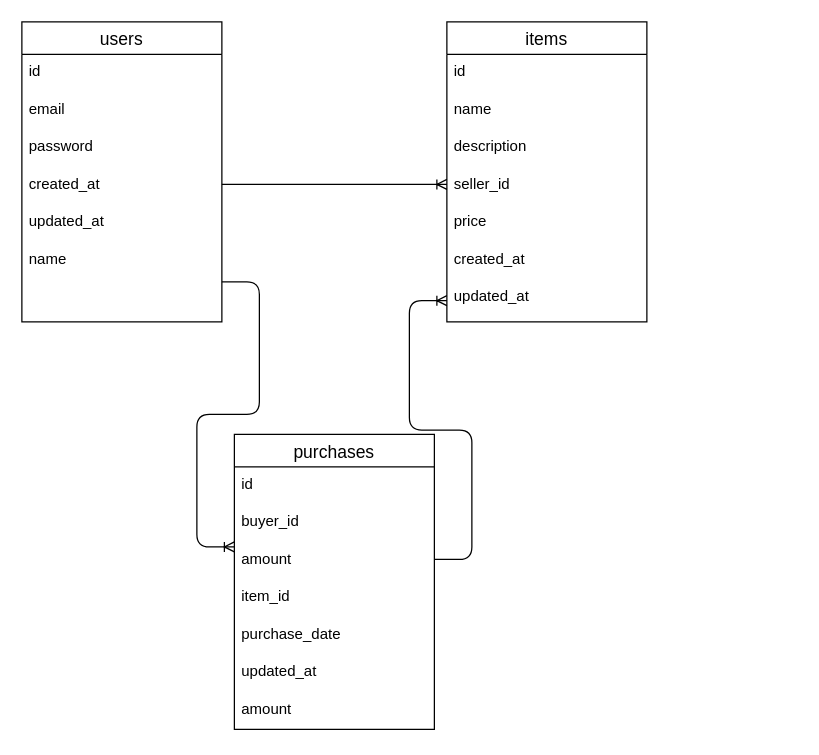
Earlier version of the draw.io diagram furima.dio (reon0921/furima-39505). Source tidied: cells renumbered, new cells numbered last; positions are measured from the earlier drawing's top-left corner, leaving out a move shared by most shapes. Both pictures are drawn from the tidied source at 125%, with x=0, y=0 at pixel (21, 21).
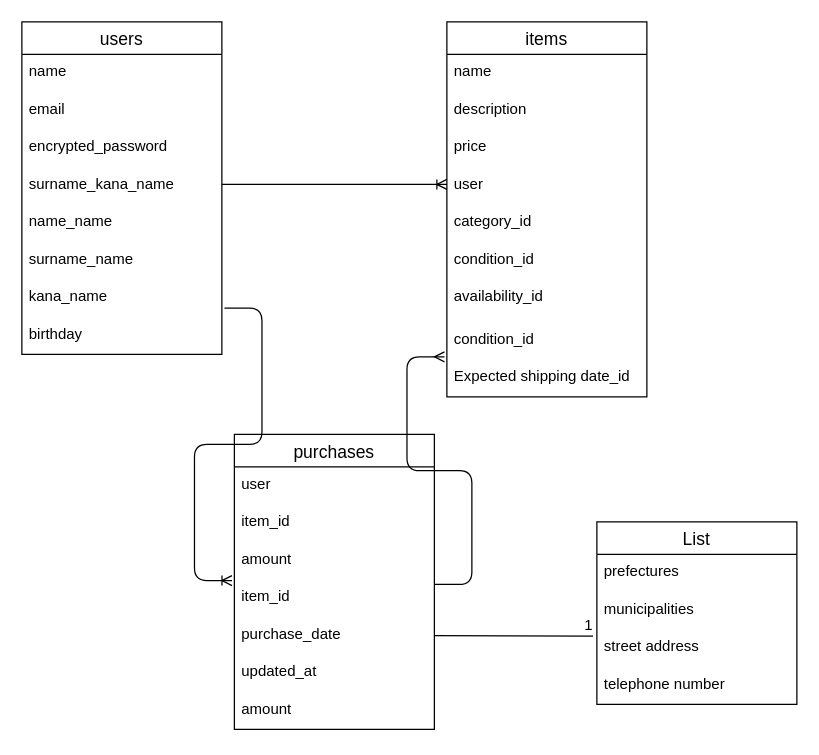
After the change.

Unchanged cells that the change refers to:
```xml
<mxCell id="18" value="purchases" style="swimlane;fontStyle=0;horizontal=1;startSize=26;align=center;fontSize=14;fontFamily=Helvetica;" parent="1" vertex="1">
  <mxGeometry x="170" y="330" width="160" height="236" as="geometry" />
</mxCell>
<mxCell id="22" value="item_id " style="text;strokeColor=none;fillColor=none;spacingLeft=4;spacingRight=4;overflow=hidden;points=[[0,0.5],[1,0.5]];portConstraint=eastwest;fontSize=12;fontFamily=Helvetica;" parent="18" vertex="1">
  <mxGeometry y="116" width="160" height="30" as="geometry" />
</mxCell>
<mxCell id="23" value="purchase_date" style="text;strokeColor=none;fillColor=none;spacingLeft=4;spacingRight=4;overflow=hidden;points=[[0,0.5],[1,0.5]];portConstraint=eastwest;fontSize=12;fontFamily=Helvetica;" parent="18" vertex="1">
  <mxGeometry y="146" width="160" height="30" as="geometry" />
</mxCell>
```

Diff of the diagram source:
```diff
@@
     <mxCell id="2" value="users" style="swimlane;fontStyle=0;horizontal=1;startSize=26;align=center;fontSize=14;fontFamily=Helvetica;" parent="1" vertex="1">
-      <mxGeometry width="160" height="240" as="geometry" />
+      <mxGeometry width="160" height="266" as="geometry" />
     </mxCell>
-    <mxCell id="3" value="id" style="text;strokeColor=none;fillColor=none;spacingLeft=4;spacingRight=4;overflow=hidden;fontSize=12;fontFamily=Helvetica;" parent="2" vertex="1">
+    <mxCell id="3" value="name" style="text;strokeColor=none;fillColor=none;spacingLeft=4;spacingRight=4;overflow=hidden;fontSize=12;fontFamily=Helvetica;" parent="2" vertex="1">
       <mxGeometry y="26" width="160" height="30" as="geometry" />
     </mxCell>
@@
-    <mxCell id="5" value="password" style="text;strokeColor=none;fillColor=none;spacingLeft=4;spacingRight=4;overflow=hidden;fontSize=12;fontFamily=Helvetica;" parent="2" vertex="1">
+    <mxCell id="5" value="encrypted_password" style="text;strokeColor=none;fillColor=none;spacingLeft=4;spacingRight=4;overflow=hidden;fontSize=12;fontFamily=Helvetica;" parent="2" vertex="1">
       <mxGeometry y="86" width="160" height="30" as="geometry" />
     </mxCell>
+    <mxCell id="29" value="surname_kana_name" style="text;strokeColor=none;fillColor=none;spacingLeft=4;spacingRight=4;overflow=hidden;fontSize=12;fontFamily=Helvetica;" parent="2" vertex="1">
+      <mxGeometry y="116" width="160" height="30" as="geometry" />
+    </mxCell>
+    <mxCell id="7" value="name_name" style="text;strokeColor=none;fillColor=none;spacingLeft=4;spacingRight=4;overflow=hidden;fontSize=12;fontFamily=Helvetica;" parent="2" vertex="1">
+      <mxGeometry y="146" width="160" height="30" as="geometry" />
+    </mxCell>
-    <mxCell id="6" value="created_at" style="text;strokeColor=none;fillColor=none;spacingLeft=4;spacingRight=4;overflow=hidden;fontSize=12;fontFamily=Helvetica;" parent="2" vertex="1">
-      <mxGeometry y="116" width="160" height="30" as="geometry" />
+    <mxCell id="6" value="surname_name" style="text;strokeColor=none;fillColor=none;spacingLeft=4;spacingRight=4;overflow=hidden;fontSize=12;fontFamily=Helvetica;" parent="2" vertex="1">
+      <mxGeometry y="176" width="160" height="30" as="geometry" />
     </mxCell>
-    <mxCell id="7" value="updated_at" style="text;strokeColor=none;fillColor=none;spacingLeft=4;spacingRight=4;overflow=hidden;fontSize=12;fontFamily=Helvetica;" parent="2" vertex="1">
-      <mxGeometry y="146" width="160" height="30" as="geometry" />
-    </mxCell>
-    <mxCell id="8" value="name&#10;" style="text;strokeColor=none;fillColor=none;spacingLeft=4;spacingRight=4;overflow=hidden;points=[[0,0.5],[1,0.5]];portConstraint=eastwest;fontSize=12;fontFamily=Helvetica;" parent="2" vertex="1">
-      <mxGeometry y="176" width="160" height="64" as="geometry" />
-    </mxCell>
+    <mxCell id="30" value="kana_name" style="text;strokeColor=none;fillColor=none;spacingLeft=4;spacingRight=4;overflow=hidden;points=[[0,0.5],[1,0.5]];portConstraint=eastwest;fontSize=12;fontFamily=Helvetica;" parent="2" vertex="1">
+      <mxGeometry y="206" width="160" height="30" as="geometry" />
+    </mxCell>
+    <mxCell id="31" value="birthday" style="text;strokeColor=none;fillColor=none;spacingLeft=4;spacingRight=4;overflow=hidden;fontSize=12;fontFamily=Helvetica;" parent="2" vertex="1">
+      <mxGeometry y="236" width="160" height="30" as="geometry" />
+    </mxCell>
     <mxCell id="9" value="items" style="swimlane;fontStyle=0;horizontal=1;startSize=26;align=center;fontSize=14;fontFamily=Helvetica;" parent="1" vertex="1">
-      <mxGeometry x="340" width="160" height="240" as="geometry" />
+      <mxGeometry x="340" width="160" height="300" as="geometry" />
     </mxCell>
-    <mxCell id="10" value="id" style="text;strokeColor=none;fillColor=none;spacingLeft=4;spacingRight=4;overflow=hidden;fontSize=12;fontFamily=Helvetica;" parent="9" vertex="1">
+    <mxCell id="10" value="name" style="text;strokeColor=none;fillColor=none;spacingLeft=4;spacingRight=4;overflow=hidden;fontSize=12;fontFamily=Helvetica;" parent="9" vertex="1">
       <mxGeometry y="26" width="160" height="30" as="geometry" />
     </mxCell>
-    <mxCell id="11" value="name" style="text;strokeColor=none;fillColor=none;spacingLeft=4;spacingRight=4;overflow=hidden;fontSize=12;fontFamily=Helvetica;" parent="9" vertex="1">
+    <mxCell id="11" value="description" style="text;strokeColor=none;fillColor=none;spacingLeft=4;spacingRight=4;overflow=hidden;fontSize=12;fontFamily=Helvetica;" parent="9" vertex="1">
       <mxGeometry y="56" width="160" height="30" as="geometry" />
     </mxCell>
-    <mxCell id="12" value="description" style="text;strokeColor=none;fillColor=none;spacingLeft=4;spacingRight=4;overflow=hidden;fontSize=12;fontFamily=Helvetica;" parent="9" vertex="1">
+    <mxCell id="12" value="price" style="text;strokeColor=none;fillColor=none;spacingLeft=4;spacingRight=4;overflow=hidden;fontSize=12;fontFamily=Helvetica;" parent="9" vertex="1">
       <mxGeometry y="86" width="160" height="30" as="geometry" />
     </mxCell>
-    <mxCell id="13" value="seller_id" style="text;strokeColor=none;fillColor=none;spacingLeft=4;spacingRight=4;overflow=hidden;fontSize=12;fontFamily=Helvetica;" parent="9" vertex="1">
+    <mxCell id="13" value="user" style="text;strokeColor=none;fillColor=none;spacingLeft=4;spacingRight=4;overflow=hidden;fontSize=12;fontFamily=Helvetica;" parent="9" vertex="1">
       <mxGeometry y="116" width="160" height="30" as="geometry" />
     </mxCell>
-    <mxCell id="14" value="price " style="text;strokeColor=none;fillColor=none;spacingLeft=4;spacingRight=4;overflow=hidden;fontSize=12;fontFamily=Helvetica;" parent="9" vertex="1">
+    <mxCell id="14" value="category_id" style="text;strokeColor=none;fillColor=none;spacingLeft=4;spacingRight=4;overflow=hidden;fontSize=12;fontFamily=Helvetica;" parent="9" vertex="1">
       <mxGeometry y="146" width="160" height="30" as="geometry" />
     </mxCell>
-    <mxCell id="15" value="created_at" style="text;strokeColor=none;fillColor=none;spacingLeft=4;spacingRight=4;overflow=hidden;fontSize=12;fontFamily=Helvetica;" parent="9" vertex="1">
+    <mxCell id="15" value="condition_id" style="text;strokeColor=none;fillColor=none;spacingLeft=4;spacingRight=4;overflow=hidden;fontSize=12;fontFamily=Helvetica;" parent="9" vertex="1">
       <mxGeometry y="176" width="160" height="30" as="geometry" />
     </mxCell>
-    <mxCell id="16" value="updated_at" style="text;strokeColor=none;fillColor=none;spacingLeft=4;spacingRight=4;overflow=hidden;points=[[0,0.5],[1,0.5]];portConstraint=eastwest;fontSize=12;fontFamily=Helvetica;" parent="9" vertex="1">
+    <mxCell id="16" value="availability_id" style="text;strokeColor=none;fillColor=none;spacingLeft=4;spacingRight=4;overflow=hidden;points=[[0,0.5],[1,0.5]];portConstraint=eastwest;fontSize=12;fontFamily=Helvetica;" parent="9" vertex="1">
       <mxGeometry y="206" width="160" height="34" as="geometry" />
     </mxCell>
+    <mxCell id="32" value="condition_id" style="text;strokeColor=none;fillColor=none;spacingLeft=4;spacingRight=4;overflow=hidden;fontSize=12;fontFamily=Helvetica;" parent="9" vertex="1">
+      <mxGeometry y="240" width="160" height="30" as="geometry" />
+    </mxCell>
+    <mxCell id="33" value="Expected shipping date_id" style="text;strokeColor=none;fillColor=none;spacingLeft=4;spacingRight=4;overflow=hidden;points=[[0,0.5],[1,0.5]];portConstraint=eastwest;fontSize=12;fontFamily=Helvetica;" parent="9" vertex="1">
+      <mxGeometry y="270" width="160" height="30" as="geometry" />
+    </mxCell>
     <mxCell id="17" style="line;strokeWidth=1;dashed=0;labelPosition=right;align=left;verticalAlign=middle;spacingTop=0;spacingLeft=6;fontFamily=Helvetica;" parent="9" vertex="1">
-      <mxGeometry y="240" width="160" as="geometry" />
+      <mxGeometry y="300" width="160" as="geometry" />
     </mxCell>
@@
-    <mxCell id="19" value="id" style="text;strokeColor=none;fillColor=none;spacingLeft=4;spacingRight=4;overflow=hidden;fontSize=12;fontFamily=Helvetica;" parent="18" vertex="1">
+    <mxCell id="19" value="user" style="text;strokeColor=none;fillColor=none;spacingLeft=4;spacingRight=4;overflow=hidden;fontSize=12;fontFamily=Helvetica;" parent="18" vertex="1">
       <mxGeometry y="26" width="160" height="30" as="geometry" />
     </mxCell>
-    <mxCell id="20" value="buyer_id" style="text;strokeColor=none;fillColor=none;spacingLeft=4;spacingRight=4;overflow=hidden;fontSize=12;fontFamily=Helvetica;" parent="18" vertex="1">
+    <mxCell id="20" value="item_id" style="text;strokeColor=none;fillColor=none;spacingLeft=4;spacingRight=4;overflow=hidden;fontSize=12;fontFamily=Helvetica;" parent="18" vertex="1">
       <mxGeometry y="56" width="160" height="30" as="geometry" />
     </mxCell>
@@
-    <mxCell id="27" style="edgeStyle=entityRelationEdgeStyle;fontSize=12;html=1;endArrow=ERoneToMany;fontFamily=Helvetica;" parent="1" edge="1" source="8">
-      <mxGeometry relative="1" as="geometry">
-        <mxPoint x="170" y="420" as="targetPoint" />
-      </mxGeometry>
-    </mxCell>
-    <mxCell id="28" style="edgeStyle=entityRelationEdgeStyle;fontSize=12;html=1;endArrow=ERoneToMany;fontFamily=Helvetica;" parent="1" edge="1" target="16">
-      <mxGeometry relative="1" as="geometry">
-        <mxPoint x="330" y="430" as="sourcePoint" />
-      </mxGeometry>
-    </mxCell>
+    <mxCell id="34" value="List" style="swimlane;fontStyle=0;horizontal=1;startSize=26;align=center;fontSize=14;fontFamily=Helvetica;" parent="1" vertex="1">
+      <mxGeometry x="460" y="400" width="160" height="146" as="geometry" />
+    </mxCell>
+    <mxCell id="35" value="prefectures" style="text;strokeColor=none;fillColor=none;spacingLeft=4;spacingRight=4;overflow=hidden;fontSize=12;fontFamily=Helvetica;" parent="34" vertex="1">
+      <mxGeometry y="26" width="160" height="30" as="geometry" />
+    </mxCell>
+    <mxCell id="36" value="municipalities" style="text;strokeColor=none;fillColor=none;spacingLeft=4;spacingRight=4;overflow=hidden;fontSize=12;fontFamily=Helvetica;" parent="34" vertex="1">
+      <mxGeometry y="56" width="160" height="30" as="geometry" />
+    </mxCell>
+    <mxCell id="37" value="street address" style="text;strokeColor=none;fillColor=none;spacingLeft=4;spacingRight=4;overflow=hidden;points=[[0,0.5],[1,0.5]];portConstraint=eastwest;fontSize=12;fontFamily=Helvetica;" parent="34" vertex="1">
+      <mxGeometry y="86" width="160" height="30" as="geometry" />
+    </mxCell>
+    <mxCell id="38" value="telephone number" style="text;strokeColor=none;fillColor=none;spacingLeft=4;spacingRight=4;overflow=hidden;fontSize=12;fontFamily=Helvetica;" parent="34" vertex="1">
+      <mxGeometry y="116" width="160" height="30" as="geometry" />
+    </mxCell>
+    <mxCell id="39" style="endArrow=none;html=1;rounded=0;fontFamily=Helvetica;exitX=1;exitY=0.5;exitDx=0;exitDy=0;entryX=-0.019;entryY=0.183;entryDx=0;entryDy=0;entryPerimeter=0;" parent="1" edge="1" source="23" target="37">
+      <mxGeometry relative="1" as="geometry" />
+    </mxCell>
+    <mxCell id="40" value="1" style="html=1;align=right;verticalAlign=bottom;fontFamily=Helvetica;" parent="39" vertex="1">
+      <mxGeometry x="1" relative="1" as="geometry" />
+    </mxCell>
+    <mxCell id="41" style="edgeStyle=entityRelationEdgeStyle;fontSize=12;html=1;endArrow=ERmany;fontFamily=Helvetica;entryX=-0.012;entryY=-0.067;entryDx=0;entryDy=0;entryPerimeter=0;" parent="1" edge="1" target="33">
+      <mxGeometry relative="1" as="geometry">
+        <mxPoint x="330" y="450" as="sourcePoint" />
+      </mxGeometry>
+    </mxCell>
+    <mxCell id="42" style="edgeStyle=entityRelationEdgeStyle;fontSize=12;html=1;endArrow=ERoneToMany;fontFamily=Helvetica;exitX=1.013;exitY=0.767;exitDx=0;exitDy=0;exitPerimeter=0;entryX=-0.012;entryY=0.033;entryDx=0;entryDy=0;entryPerimeter=0;" parent="1" edge="1" source="30" target="22">
+      <mxGeometry relative="1" as="geometry" />
+    </mxCell>
```
